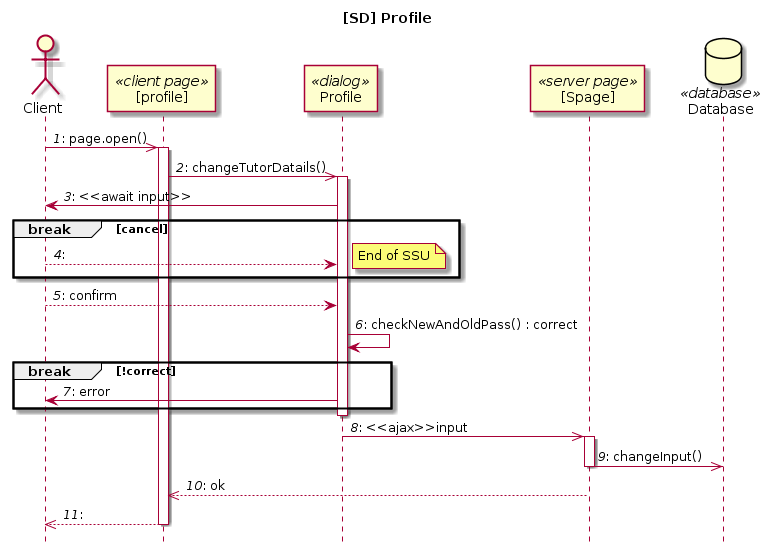
Above: dokumentacija/UML-MODEL/SD/Izmena profila/ProfileChangeDatails.png in vladimir-siv/psi.tutor-center (PlantUML), before the change. The source it was exported from:
```plantuml
@startuml
title [SD] Profile
hide footbox

actor Client
participant "[profile]" as Cpage <<client page>>
participant Profile <<dialog>>
participant "[Spage]" as Spage<<server page>>
database Database <<database>>

autonumber "<i>#</i>:"

Client ->> Cpage : page.open()
activate Cpage
Cpage ->> Profile : changeTutorDatails()
activate Profile
Profile -> Client : <<await input>>
break cancel
Client --> Profile
note right : End of SSU
end
Client --> Profile : confirm
Profile -> Profile : checkNewAndOldPass() : correct
break !correct
Profile -> Client : error
end
deactivate  Profile
Profile ->> Spage : <<ajax>>input
activate Spage
Spage ->> Database : changeInput()
deactivate Spage
Spage -->> Cpage : ok
Cpage -->> Client
deactivate Cpage
@enduml
```
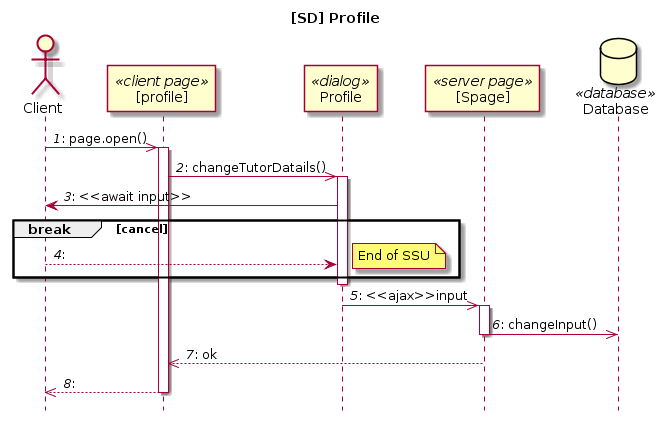
After the commit.

Change to the diagram source:
```diff
@@ -19,11 +19,6 @@
 Client --> Profile
 note right : End of SSU
 end
-Client --> Profile : confirm
-Profile -> Profile : checkNewAndOldPass() : correct
-break !correct
-Profile -> Client : error
-end
 deactivate  Profile
 Profile ->> Spage : <<ajax>>input
 activate Spage
```
